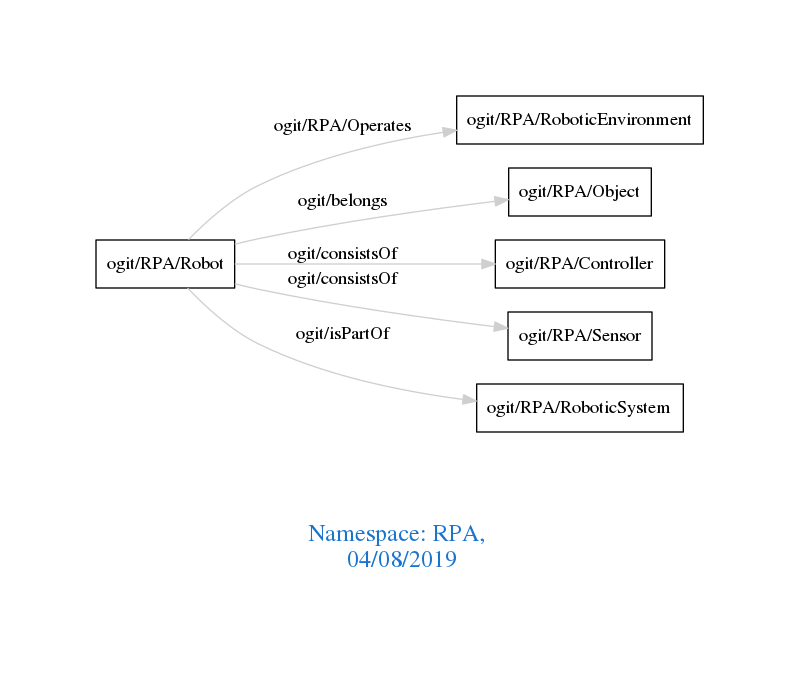
The Graphviz diagram downloads/RPA.png in arago/OGIT, before a commit. Its source is kept beside it as downloads/RPA.dot.
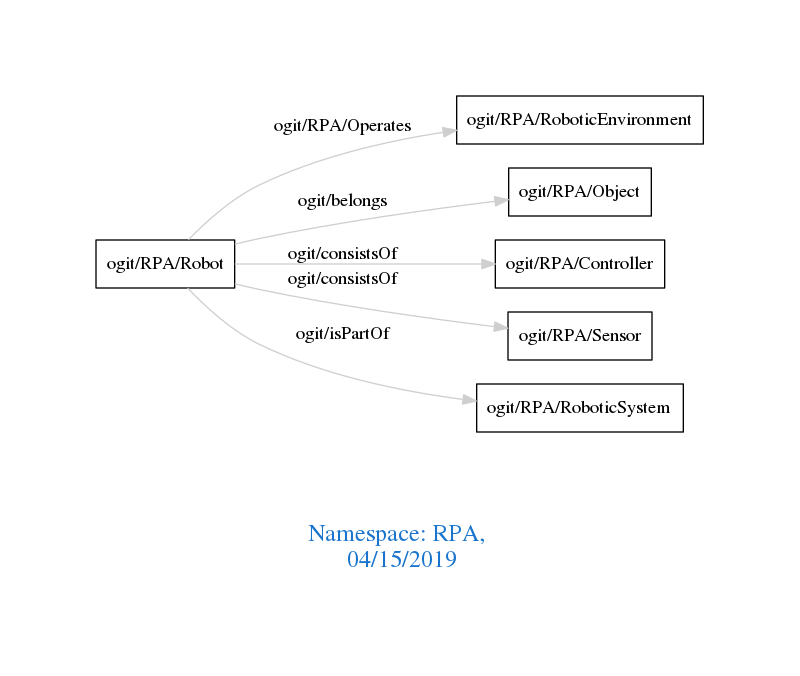
After the change.

Diff of the diagram source:
```diff
@@ -1,7 +1,7 @@
 digraph OGIT_ontology {
  graph [ rankdir= LR,pad=1
 fontsize = 18,
-fontcolor= dodgerblue3,label = "\n\n\nNamespace: RPA, \n 04/08/2019"];
+fontcolor= dodgerblue3,label = "\n\n\nNamespace: RPA, \n 04/15/2019"];
 node[shape=polygon];
 edge [  color="gray81"];
 
```
